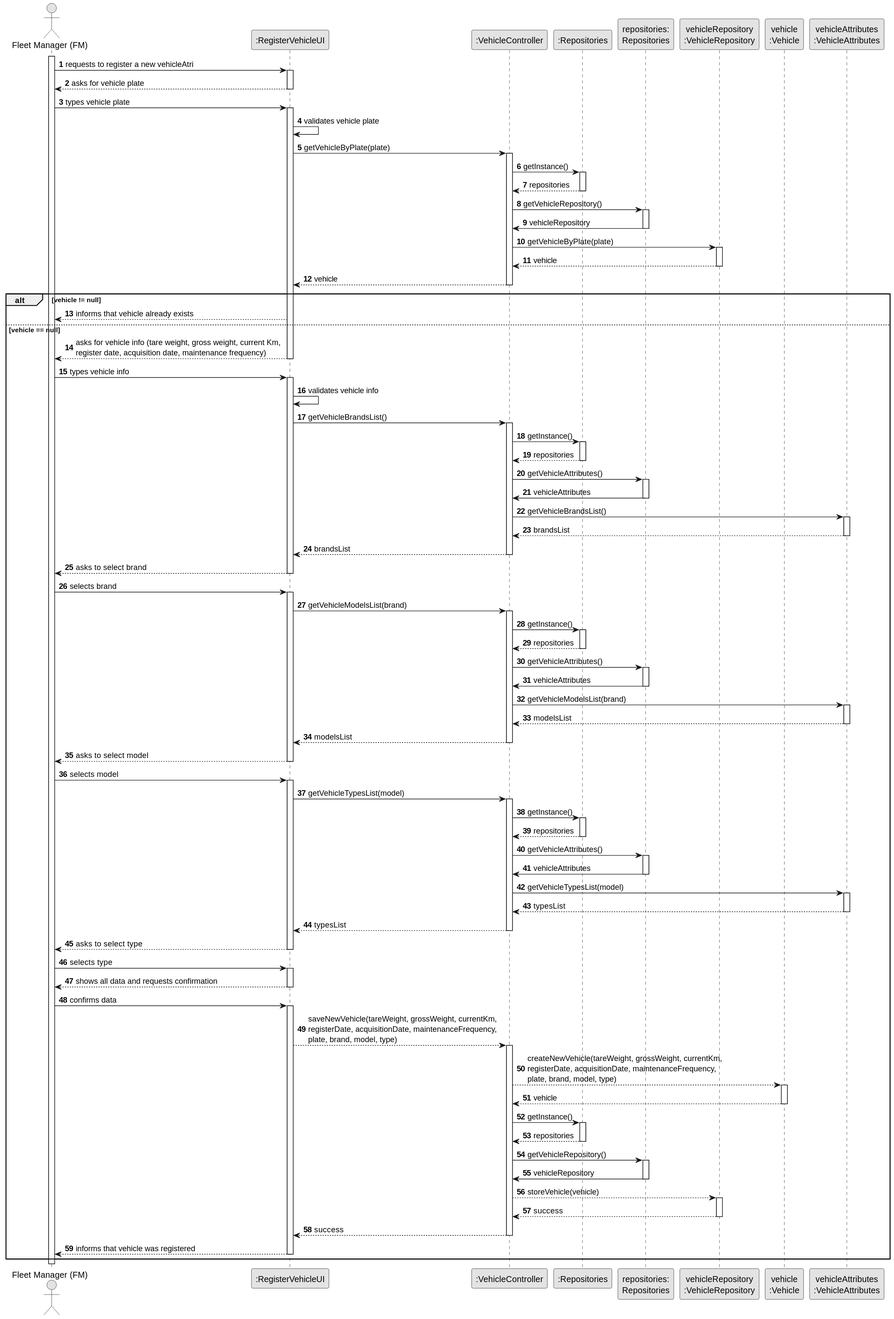
Above: docs/sprintB/us006/03.design/svg/us006-sequence-diagram-full.svg in RicardoMorim/lapr2-ISEP-Project (PlantUML), before the change. Source of this version:
```plantuml
@startuml
skinparam monochrome true
skinparam packageStyle rectangle
skinparam shadowing false

autonumber

actor "Fleet Manager (FM)" as FM
participant ":RegisterVehicleUI" as UI
participant ":VehicleController" as CTRL
participant ":Repositories" as RepositorySingleton
participant "repositories:\nRepositories" as PLAT
participant "vehicleRepository\n:VehicleRepository" as vehicleRep
participant "vehicle\n:Vehicle" as vehicle
participant "vehicleAttributes\n:VehicleAttributes" as vehicleAtri

activate FM

        FM -> UI : requests to register a new vehicleAtri
        activate UI

        UI --> FM : asks for vehicle plate

        deactivate UI
        FM -> UI : types vehicle plate
        activate UI
        UI -> UI : validates vehicle plate
            UI -> CTRL : getVehicleByPlate(plate)
            activate CTRL
            CTRL -> RepositorySingleton : getInstance()
                                        activate RepositorySingleton

                                            RepositorySingleton --> CTRL: repositories
                                        deactivate RepositorySingleton

                                        CTRL -> PLAT : getVehicleRepository()
                                        activate PLAT

                                            PLAT -> CTRL : vehicleRepository
                                        deactivate PLAT
            CTRL -> vehicleRep : getVehicleByPlate(plate)
            activate vehicleRep

            vehicleRep --> CTRL : vehicle
            deactivate vehicleRep
            CTRL --> UI : vehicle
            deactivate CTRL
        alt vehicle != null
        UI --> FM : informs that vehicle already exists
        else vehicle == null
        UI --> FM : asks for vehicle info (tare weight, gross weight, current Km, \nregister date, acquisition date, maintenance frequency)
        deactivate UI
        FM -> UI : types vehicle info
        activate UI
        UI -> UI : validates vehicle info
        UI -> CTRL : getVehicleBrandsList()
        activate CTRL
        CTRL -> RepositorySingleton : getInstance()
                                    activate RepositorySingleton

                                        RepositorySingleton --> CTRL: repositories
                                    deactivate RepositorySingleton

                                    CTRL -> PLAT : getVehicleAttributes()
                                    activate PLAT

                                        PLAT -> CTRL : vehicleAttributes
                                    deactivate PLAT
        CTRL -> vehicleAtri : getVehicleBrandsList()
        activate vehicleAtri

        vehicleAtri --> CTRL : brandsList
        deactivate vehicleAtri
        CTRL --> UI : brandsList
        deactivate CTRL
        UI --> FM : asks to select brand
        deactivate UI
        FM -> UI : selects brand
        activate UI
        UI -> CTRL : getVehicleModelsList(brand)
        activate CTRL
        CTRL -> RepositorySingleton : getInstance()
                                    activate RepositorySingleton

                                        RepositorySingleton --> CTRL: repositories
                                    deactivate RepositorySingleton

                                    CTRL -> PLAT : getVehicleAttributes()
                                    activate PLAT

                                        PLAT -> CTRL : vehicleAttributes
                                    deactivate PLAT
        CTRL -> vehicleAtri : getVehicleModelsList(brand)
        activate vehicleAtri
        vehicleAtri --> CTRL : modelsList
        deactivate vehicleAtri
        CTRL --> UI : modelsList
        deactivate CTRL
        UI --> FM : asks to select model
        deactivate UI
        FM -> UI : selects model
        activate UI
        UI -> CTRL : getVehicleTypesList(model)
        activate CTRL
        CTRL -> RepositorySingleton : getInstance()
                                    activate RepositorySingleton

                                        RepositorySingleton --> CTRL: repositories
                                    deactivate RepositorySingleton

                                    CTRL -> PLAT : getVehicleAttributes()
                                    activate PLAT

                                        PLAT -> CTRL : vehicleAttributes
                                    deactivate PLAT
        CTRL -> vehicleAtri : getVehicleTypesList(model)
        activate vehicleAtri
        vehicleAtri --> CTRL : typesList
        deactivate vehicleAtri
        CTRL --> UI : typesList
        deactivate CTRL
        UI --> FM : asks to select type
        deactivate UI
        FM -> UI : selects type
        activate UI
        UI --> FM : shows all data and requests confirmation
        deactivate UI
        FM -> UI : confirms data
        activate UI
        UI --> CTRL : saveNewVehicle(tareWeight, grossWeight, currentKm, \nregisterDate, acquisitionDate, maintenanceFrequency, \nplate, brand, model, type)
        activate CTRL
        CTRL --> vehicle : createNewVehicle(tareWeight, grossWeight, currentKm, \nregisterDate, acquisitionDate, maintenanceFrequency, \nplate, brand, model, type)
        activate vehicle
        vehicle --> CTRL : vehicle
        deactivate vehicle
        CTRL -> RepositorySingleton : getInstance()
                                    activate RepositorySingleton

                                        RepositorySingleton --> CTRL: repositories
                                    deactivate RepositorySingleton

                                    CTRL -> PLAT : getVehicleRepository()
                                    activate PLAT

                                        PLAT -> CTRL : vehicleRepository
                                    deactivate PLAT
        CTRL --> vehicleRep : storeVehicle(vehicle)
        activate vehicleRep
        vehicleRep --> CTRL : success
        deactivate vehicleRep
        CTRL --> UI : success
        deactivate CTRL
        UI --> FM : informs that vehicle was registered
        deactivate UI
end
@enduml
```
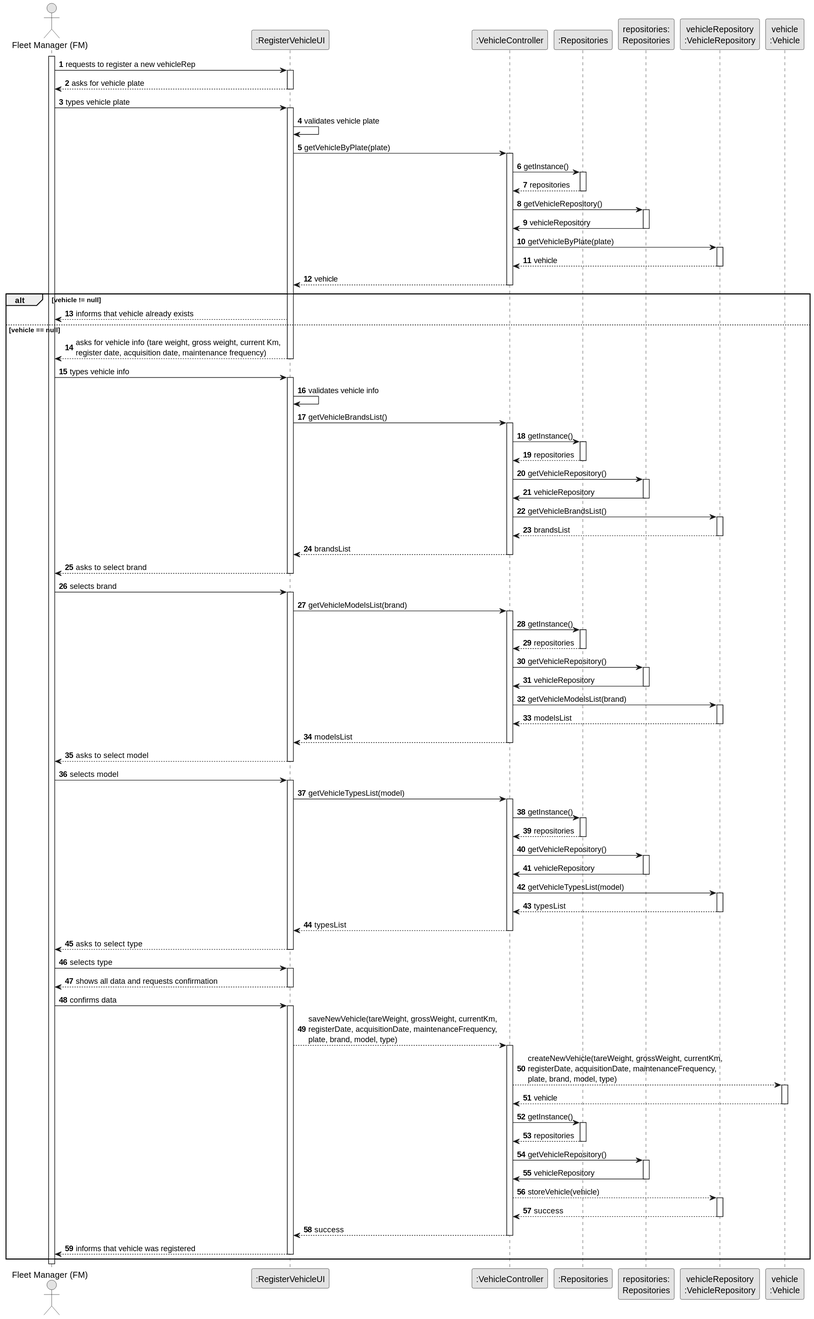
Later version of the same file.

Diff of the diagram source:
```diff
@@ -12,11 +12,11 @@
 participant "repositories:\nRepositories" as PLAT
 participant "vehicleRepository\n:VehicleRepository" as vehicleRep
 participant "vehicle\n:Vehicle" as vehicle
-participant "vehicleAttributes\n:VehicleAttributes" as vehicleAtri
+
 
 activate FM
 
-        FM -> UI : requests to register a new vehicleAtri
+        FM -> UI : requests to register a new vehicleRep
         activate UI
 
         UI --> FM : asks for vehicle plate
@@ -61,16 +61,16 @@
                                         RepositorySingleton --> CTRL: repositories
                                     deactivate RepositorySingleton
 
-                                    CTRL -> PLAT : getVehicleAttributes()
+                                    CTRL -> PLAT : getVehicleRepository()
                                     activate PLAT
 
-                                        PLAT -> CTRL : vehicleAttributes
+                                        PLAT -> CTRL : vehicleRepository
                                     deactivate PLAT
-        CTRL -> vehicleAtri : getVehicleBrandsList()
-        activate vehicleAtri
+        CTRL -> vehicleRep : getVehicleBrandsList()
+        activate vehicleRep
 
-        vehicleAtri --> CTRL : brandsList
-        deactivate vehicleAtri
+        vehicleRep --> CTRL : brandsList
+        deactivate vehicleRep
         CTRL --> UI : brandsList
         deactivate CTRL
         UI --> FM : asks to select brand
@@ -85,15 +85,15 @@
                                         RepositorySingleton --> CTRL: repositories
                                     deactivate RepositorySingleton
 
-                                    CTRL -> PLAT : getVehicleAttributes()
+                                    CTRL -> PLAT : getVehicleRepository()
                                     activate PLAT
 
-                                        PLAT -> CTRL : vehicleAttributes
+                                        PLAT -> CTRL : vehicleRepository
                                     deactivate PLAT
-        CTRL -> vehicleAtri : getVehicleModelsList(brand)
-        activate vehicleAtri
-        vehicleAtri --> CTRL : modelsList
-        deactivate vehicleAtri
+        CTRL -> vehicleRep : getVehicleModelsList(brand)
+        activate vehicleRep
+        vehicleRep --> CTRL : modelsList
+        deactivate vehicleRep
         CTRL --> UI : modelsList
         deactivate CTRL
         UI --> FM : asks to select model
@@ -108,15 +108,15 @@
                                         RepositorySingleton --> CTRL: repositories
                                     deactivate RepositorySingleton
 
-                                    CTRL -> PLAT : getVehicleAttributes()
+                                    CTRL -> PLAT : getVehicleRepository()
                                     activate PLAT
 
-                                        PLAT -> CTRL : vehicleAttributes
+                                        PLAT -> CTRL : vehicleRepository
                                     deactivate PLAT
-        CTRL -> vehicleAtri : getVehicleTypesList(model)
-        activate vehicleAtri
-        vehicleAtri --> CTRL : typesList
-        deactivate vehicleAtri
+        CTRL -> vehicleRep : getVehicleTypesList(model)
+        activate vehicleRep
+        vehicleRep --> CTRL : typesList
+        deactivate vehicleRep
         CTRL --> UI : typesList
         deactivate CTRL
         UI --> FM : asks to select type
```
